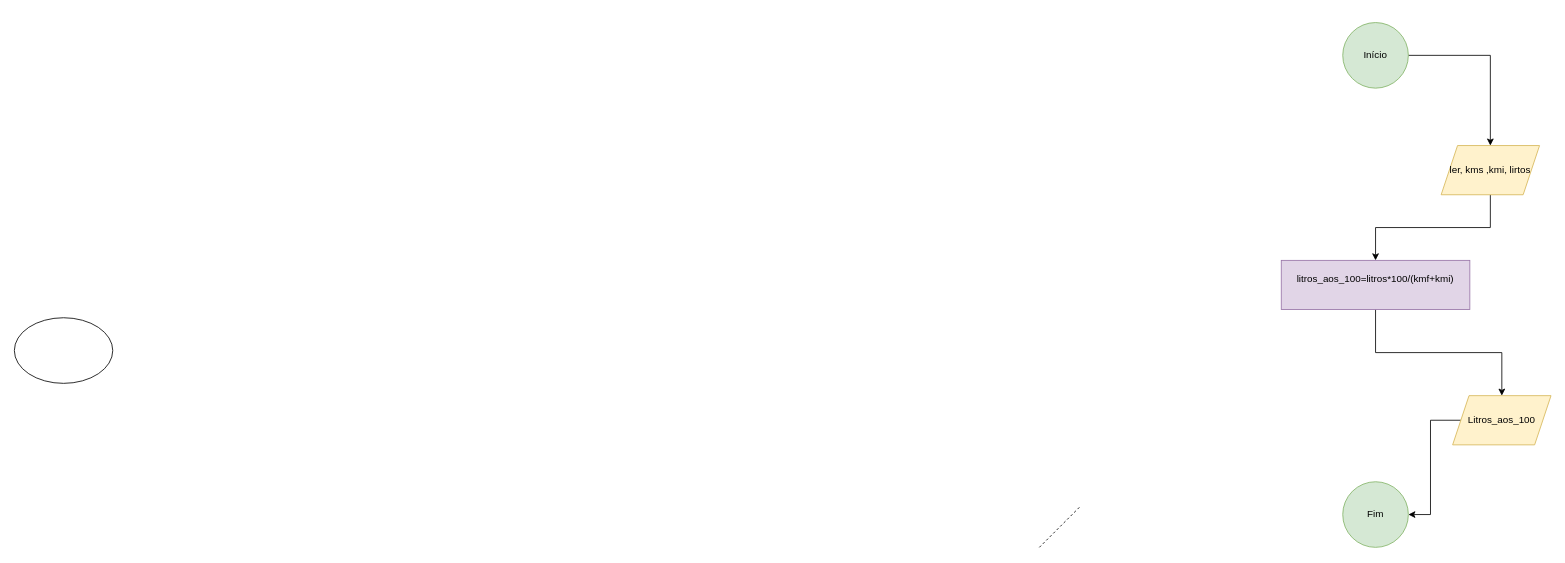
This is flux2.drawio from PranavSehgal2010/Fluxograms, a draw.io file, before an edit. Source tidied: cells renumbered, new cells numbered last; positions are measured from the earlier drawing's top-left corner, leaving out a move shared by most shapes. Both pictures are drawn from the tidied source at 82%, with x=0, y=0 at pixel (14, 22).
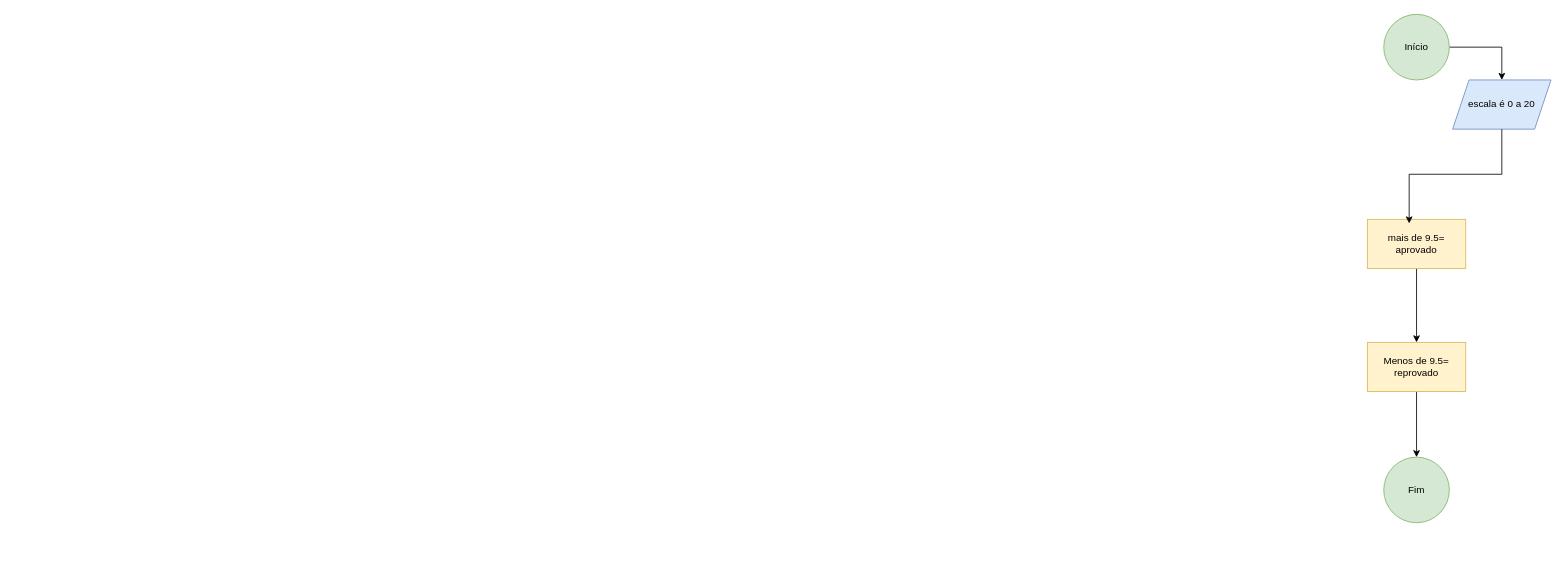
The same page after the edit.

Change to the diagram source:
```diff
@@
 <mxGraphModel>
   <root>
     <mxCell id="0" />
     <mxCell id="1" parent="0" />
-    <mxCell id="2" style="edgeStyle=orthogonalEdgeStyle;rounded=0;jettySize=auto;html=1;" parent="1" edge="1" source="3" target="5">
-      <mxGeometry relative="1" as="geometry" />
-    </mxCell>
+    <mxCell id="13" style="edgeStyle=orthogonalEdgeStyle;rounded=0;jettySize=auto;html=1;entryX=0.5;entryY=0;entryDx=0;entryDy=0;" parent="1" edge="1" source="3" target="14">
+      <mxGeometry relative="1" as="geometry" />
+    </mxCell>
     <mxCell id="3" value="Início" style="ellipse;whiteSpace=wrap;html=1;shapeInside=1;fillColor=#d5e8d4;strokeColor=#82b366;" parent="1" vertex="1">
-      <mxGeometry x="1620" width="80" height="80" as="geometry" />
+      <mxGeometry x="1670" y="-10" width="80" height="80" as="geometry" />
     </mxCell>
-    <mxCell id="4" style="edgeStyle=orthogonalEdgeStyle;rounded=0;jettySize=auto;html=1;entryX=0.5;entryY=0;entryDx=0;entryDy=0;" parent="1" edge="1" source="5" target="7">
-      <mxGeometry relative="1" as="geometry" />
-    </mxCell>
-    <mxCell id="5" value="ler, kms ,kmi, lirtos" style="shape=parallelogram;perimeter=parallelogramPerimeter;whiteSpace=wrap;html=1;shapeInside=1;fixedSize=1;fillColor=#fff2cc;strokeColor=#d6b656;" parent="1" vertex="1">
-      <mxGeometry x="1740" y="150" width="120" height="60" as="geometry" />
-    </mxCell>
-    <mxCell id="6" style="edgeStyle=orthogonalEdgeStyle;rounded=0;jettySize=auto;html=1;entryX=0.5;entryY=0;entryDx=0;entryDy=0;" parent="1" edge="1" source="7" target="9">
-      <mxGeometry relative="1" as="geometry" />
-    </mxCell>
-    <mxCell id="7" value="litros_aos_100=litros*100/(kmf+kmi)&lt;div&gt;&lt;br&gt;&lt;/div&gt;" style="rounded=0;whiteSpace=wrap;html=1;fillColor=#e1d5e7;strokeColor=#9673a6;" parent="1" vertex="1">
-      <mxGeometry x="1545" y="290" width="230" height="60" as="geometry" />
-    </mxCell>
-    <mxCell id="8" style="edgeStyle=orthogonalEdgeStyle;rounded=0;jettySize=auto;html=1;entryX=1;entryY=0.5;entryDx=0;entryDy=0;" parent="1" edge="1" source="9" target="12">
-      <mxGeometry relative="1" as="geometry" />
-    </mxCell>
-    <mxCell id="9" value="Litros_aos_100" style="shape=parallelogram;perimeter=parallelogramPerimeter;whiteSpace=wrap;html=1;shapeInside=1;fixedSize=1;fillColor=#fff2cc;strokeColor=#d6b656;" parent="1" vertex="1">
-      <mxGeometry x="1754" y="455" width="120" height="60" as="geometry" />
-    </mxCell>
-    <mxCell id="10" style="ellipse;whiteSpace=wrap;html=1;shapeInside=1;" parent="1" vertex="1">
-      <mxGeometry y="360" width="120" height="80" as="geometry" />
-    </mxCell>
-    <mxCell id="11" style="endArrow=none;dashed=1;html=1;rounded=0;" parent="1" edge="1">
-      <mxGeometry relative="1" as="geometry">
-        <mxPoint x="1250" y="640" as="sourcePoint" />
-        <mxPoint x="1300" y="590" as="targetPoint" />
-      </mxGeometry>
-    </mxCell>
+    <mxCell id="14" value="escala é 0 a 20" style="shape=parallelogram;perimeter=parallelogramPerimeter;whiteSpace=wrap;html=1;shapeInside=1;fixedSize=1;fillColor=#dae8fc;strokeColor=#6c8ebf;" parent="1" vertex="1">
+      <mxGeometry x="1754" y="70" width="120" height="60" as="geometry" />
+    </mxCell>
+    <mxCell id="15" style="edgeStyle=orthogonalEdgeStyle;rounded=0;jettySize=auto;html=1;entryX=0.5;entryY=0;entryDx=0;entryDy=0;" parent="1" edge="1" source="16" target="19">
+      <mxGeometry relative="1" as="geometry" />
+    </mxCell>
+    <mxCell id="16" value="mais de 9.5= aprovado" style="rounded=0;whiteSpace=wrap;html=1;fillColor=#fff2cc;strokeColor=#d6b656;" parent="1" vertex="1">
+      <mxGeometry x="1650" y="240" width="120" height="60" as="geometry" />
+    </mxCell>
+    <mxCell id="17" style="edgeStyle=orthogonalEdgeStyle;rounded=0;jettySize=auto;html=1;entryX=0.425;entryY=0.083;entryDx=0;entryDy=0;entryPerimeter=0;" parent="1" edge="1" source="14" target="16">
+      <mxGeometry relative="1" as="geometry" />
+    </mxCell>
     <mxCell id="12" value="Fim" style="ellipse;whiteSpace=wrap;html=1;shapeInside=1;fillColor=#d5e8d4;strokeColor=#82b366;" parent="1" vertex="1">
-      <mxGeometry x="1620" y="560" width="80" height="80" as="geometry" />
+      <mxGeometry x="1670" y="530" width="80" height="80" as="geometry" />
     </mxCell>
+    <mxCell id="18" style="edgeStyle=orthogonalEdgeStyle;rounded=0;jettySize=auto;html=1;" parent="1" edge="1" source="19" target="12">
+      <mxGeometry relative="1" as="geometry" />
+    </mxCell>
+    <mxCell id="19" value="Menos de 9.5= reprovado" style="rounded=0;whiteSpace=wrap;html=1;fillColor=#fff2cc;strokeColor=#d6b656;" parent="1" vertex="1">
+      <mxGeometry x="1650" y="390" width="120" height="60" as="geometry" />
+    </mxCell>
   </root>
 </mxGraphModel>
```
